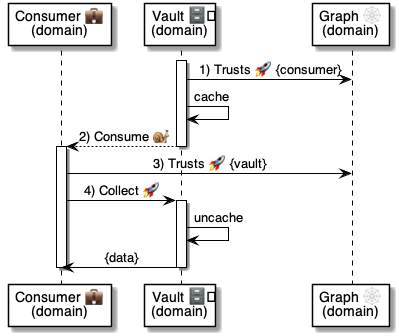
This is 4 ⚙️ Solution/41 🎭 Domain Roles/Vaults 🗄️/🗄️⏩ Vault flows/Consume 🗄️⏩💼/🗄️ Consume ⚙️ uml.png from pollyweb-org/pollyweb-docs, a PlantUML export, as it was before one commit. Its source is kept beside it as 4 ⚙️ Solution/41 🎭 Domain Roles/Vaults 🗄️/🗄️⏩ Vault flows/Consume 🗄️⏩💼/🗄️ Consume ⚙️ uml.puml.
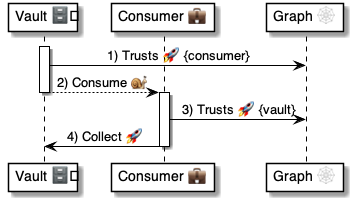
Later version of the same file.

The edit, as a diff of the source:
```diff
@@ -1,23 +1,18 @@
 @startuml Wallet: Share()
 
 
-participant "Consumer 💼\n(domain)" as consumer
-participant "Vault 🗄️\n(domain)" as vault
-participant "Graph 🕸\n(domain)" as graph
+participant "Vault 🗄️" as vault
+participant "Consumer 💼" as consumer
+participant "Graph 🕸" as graph
 
 activate vault
 vault -> graph: 1) Trusts 🚀 {consumer}
-vault -> vault: cache
 vault --> consumer: 2) Consume 🐌
 deactivate vault
 
 activate consumer
     consumer -> graph: 3) Trusts 🚀 {vault}
     consumer -> vault: 4) Collect 🚀
-    activate vault
-        vault -> vault: uncache
-        vault -> consumer: {data}
-    deactivate vault
 
 deactivate consumer
 
```
